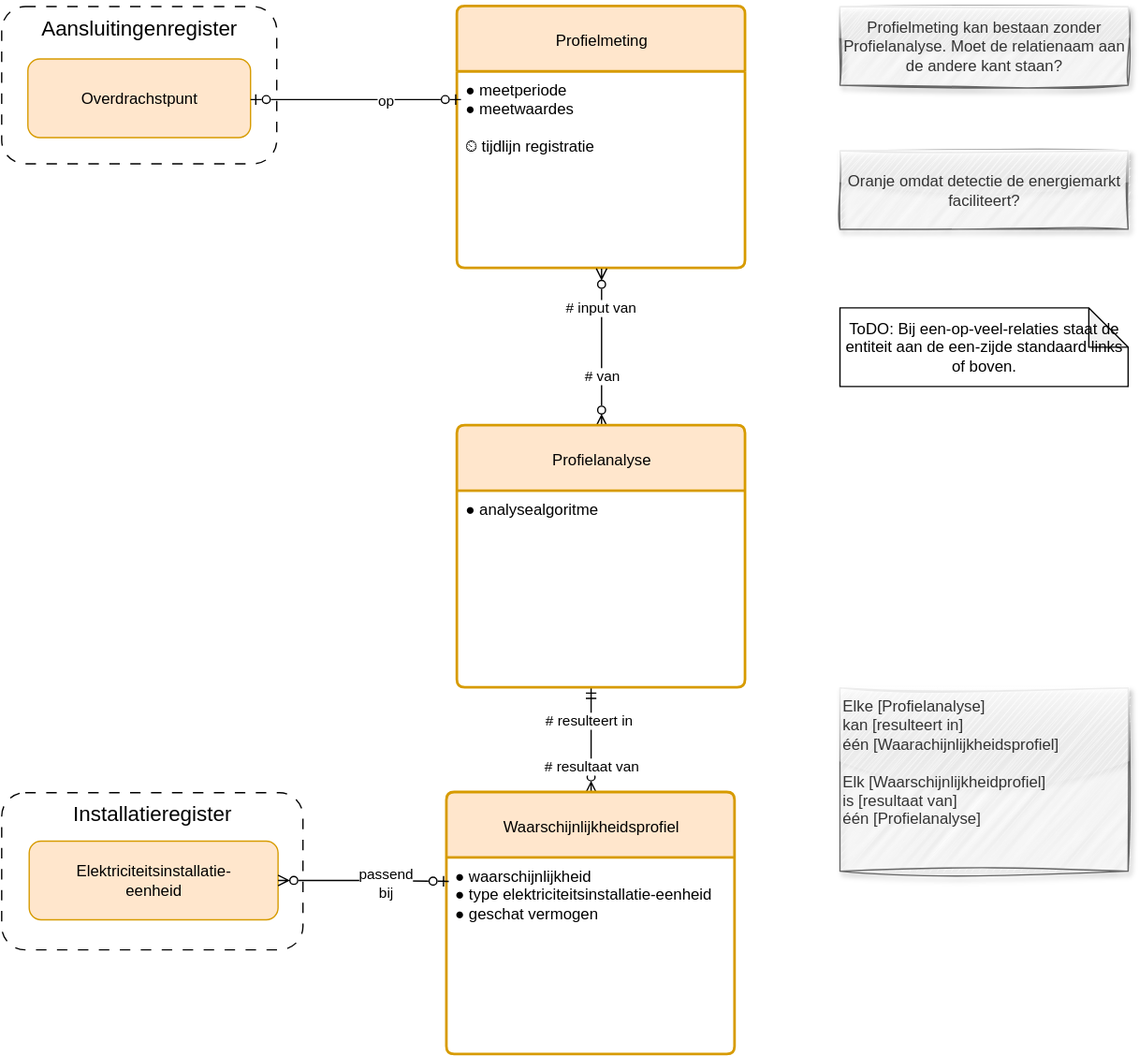
Earlier version of the draw.io export registers/apparaatdetectieregister/1.0/apparaatdetectieregister.drawio.svg (Netbeheer-Nederland/stelsel). Source tidied: cells renumbered, new cells last; positions are measured from the earlier drawing's top-left corner, leaving out a move shared by most shapes.
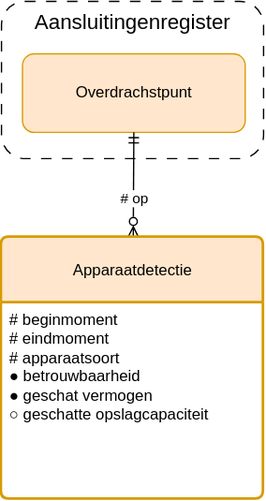
Later version of the same file.

Commit message:
Update apparaatdetectieregister Derden toegepast

What changed in the source:
```diff
@@ -2,83 +2,25 @@
   <root>
     <mxCell id="0" />
     <mxCell id="1" parent="0" />
-    <mxCell id="2" value="&lt;span lang=&quot;EN-US&quot; style=&quot;font-size: 12pt; font-family: Aptos, sans-serif;&quot;&gt;Installatieregister&lt;/span&gt;" style="rounded=1;whiteSpace=wrap;html=1;fillColor=none;strokeColor=#000000;dashed=1;dashPattern=8 8;verticalAlign=top;" parent="1" vertex="1">
-      <mxGeometry y="600" width="230" height="120" as="geometry" />
-    </mxCell>
     <mxCell id="3" value="&lt;span lang=&quot;EN-US&quot; style=&quot;font-size: 12pt; font-family: Aptos, sans-serif;&quot;&gt;Aansluitingenregister&lt;/span&gt;" style="rounded=1;whiteSpace=wrap;html=1;fillColor=none;strokeColor=#000000;dashed=1;dashPattern=8 8;labelPosition=center;verticalLabelPosition=middle;align=center;verticalAlign=top;" parent="1" vertex="1">
-      <mxGeometry width="210" height="120" as="geometry" />
+      <mxGeometry width="200" height="120" as="geometry" />
     </mxCell>
-    <mxCell id="4" value="&lt;span style=&quot;font-size: 12px;&quot;&gt;Profielmeting&lt;/span&gt;" style="swimlane;horizontal=1;startSize=50;rounded=1;fontSize=14;fontStyle=0;strokeWidth=2;shadow=0;dashed=0;align=center;arcSize=4;whiteSpace=wrap;html=1;fillColor=#ffe6cc;strokeColor=#d79b00;" parent="1" vertex="1">
-      <mxGeometry x="348" width="220" height="200" as="geometry" />
-    </mxCell>
-    <mxCell id="5" value="&lt;div&gt;● meetperiode&lt;/div&gt;&lt;div&gt;● meetwaardes&lt;/div&gt;&lt;div&gt;&lt;br&gt;&lt;/div&gt;&lt;div&gt;⏲ tijdlijn registratie&lt;/div&gt;" style="align=left;strokeColor=none;fillColor=none;spacingLeft=4;fontSize=12;verticalAlign=top;html=1;" parent="4" vertex="1">
-      <mxGeometry y="50" width="220" height="150" as="geometry" />
-    </mxCell>
     <mxCell id="6" value="Overdrachstpunt" style="rounded=1;whiteSpace=wrap;html=1;fillColor=#ffe6cc;strokeColor=#d79b00;" parent="1" vertex="1">
-      <mxGeometry x="20" y="40" width="170" height="60" as="geometry" />
+      <mxGeometry x="16" y="40" width="170" height="60" as="geometry" />
     </mxCell>
-    <mxCell id="7" style="edgeStyle=orthogonalEdgeStyle;rounded=0;jettySize=auto;html=1;entryX=0.5;entryY=1;entryDx=0;entryDy=0;startArrow=ERzeroToMany;startFill=0;endArrow=ERmandOne;endFill=0;" parent="1" edge="1" source="10">
-      <mxGeometry relative="1" as="geometry">
-        <mxPoint x="450" y="520" as="targetPoint" />
-      </mxGeometry>
+    <mxCell id="7" style="rounded=0;jettySize=auto;html=1;entryX=0.5;entryY=1;entryDx=0;entryDy=0;startArrow=ERzeroToMany;startFill=0;endArrow=ERmandOne;endFill=0;" parent="1" edge="1" source="10" target="6">
+      <mxGeometry relative="1" as="geometry" />
     </mxCell>
-    <mxCell id="8" value="# resulteert in" style="edgeLabel;html=1;align=center;verticalAlign=middle;" parent="7" vertex="1">
-      <mxGeometry x="-0.53" y="2" relative="1" as="geometry">
-        <mxPoint y="-37" as="offset" />
-      </mxGeometry>
-    </mxCell>
-    <mxCell id="9" value="# resultaat van" style="edgeLabel;html=1;align=center;verticalAlign=middle;" parent="7" vertex="1">
-      <mxGeometry x="-0.5" relative="1" as="geometry" />
+    <mxCell id="9" value="# op" style="edgeLabel;html=1;align=center;verticalAlign=middle;" parent="7" vertex="1">
+      <mxGeometry x="-0.5" relative="1" as="geometry">
+        <mxPoint y="-10" as="offset" />
+      </mxGeometry>
     </mxCell>
-    <mxCell id="10" value="&lt;span style=&quot;font-size: 12px;&quot;&gt;Waarschijnlijkheids&lt;/span&gt;&lt;span style=&quot;font-size: 12px; background-color: transparent; color: light-dark(rgb(0, 0, 0), rgb(255, 255, 255));&quot;&gt;profiel&lt;/span&gt;" style="swimlane;horizontal=1;startSize=50;rounded=1;fontSize=14;fontStyle=0;strokeWidth=2;shadow=0;dashed=0;align=center;arcSize=4;whiteSpace=wrap;html=1;fillColor=#ffe6cc;strokeColor=#d79b00;" parent="1" vertex="1">
-      <mxGeometry x="340" y="600" width="220" height="200" as="geometry" />
+    <mxCell id="10" value="&lt;span style=&quot;font-size: 12px;&quot;&gt;Apparaatdetectie&lt;/span&gt;" style="swimlane;horizontal=1;startSize=50;rounded=1;fontSize=14;fontStyle=0;strokeWidth=2;shadow=0;dashed=0;align=center;arcSize=4;whiteSpace=wrap;html=1;fillColor=#ffe6cc;strokeColor=#d79b00;" parent="1" vertex="1">
+      <mxGeometry y="180" width="200" height="200" as="geometry" />
     </mxCell>
-    <mxCell id="11" value="&lt;div&gt;&lt;span style=&quot;background-color: transparent; color: light-dark(rgb(0, 0, 0), rgb(255, 255, 255));&quot;&gt;●&amp;nbsp;&lt;/span&gt;&lt;span style=&quot;background-color: transparent; color: light-dark(rgb(0, 0, 0), rgb(255, 255, 255));&quot;&gt;waarschijnlijkheid&lt;/span&gt;&lt;/div&gt;&lt;div&gt;&lt;span style=&quot;background-color: transparent; color: light-dark(rgb(0, 0, 0), rgb(255, 255, 255));&quot;&gt;● type&amp;nbsp;&lt;/span&gt;&lt;span style=&quot;background-color: transparent; color: light-dark(rgb(0, 0, 0), rgb(255, 255, 255));&quot;&gt;elektriciteitsinstallatie-eenheid&lt;/span&gt;&lt;/div&gt;&lt;div&gt;● geschat vermogen&lt;/div&gt;&lt;div&gt;&lt;br&gt;&lt;/div&gt;" style="align=left;strokeColor=none;fillColor=none;spacingLeft=4;fontSize=12;verticalAlign=top;html=1;" parent="10" vertex="1">
-      <mxGeometry y="50" width="220" height="150" as="geometry" />
+    <mxCell id="11" value="&lt;div&gt;&lt;span style=&quot;background-color: transparent; color: light-dark(rgb(0, 0, 0), rgb(255, 255, 255));&quot;&gt;# beginmoment&lt;/span&gt;&lt;/div&gt;&lt;div&gt;&lt;span style=&quot;background-color: transparent; color: light-dark(rgb(0, 0, 0), rgb(255, 255, 255));&quot;&gt;# eindmoment&lt;/span&gt;&lt;/div&gt;&lt;div&gt;&lt;span style=&quot;background-color: transparent; color: light-dark(rgb(0, 0, 0), rgb(255, 255, 255));&quot;&gt;# apparaatsoort&lt;/span&gt;&lt;/div&gt;&lt;div&gt;&lt;span style=&quot;background-color: transparent; color: light-dark(rgb(0, 0, 0), rgb(255, 255, 255));&quot;&gt;●&amp;nbsp;&lt;/span&gt;&lt;span style=&quot;background-color: transparent; color: light-dark(rgb(0, 0, 0), rgb(255, 255, 255));&quot;&gt;betrouwbaarheid&lt;/span&gt;&lt;/div&gt;&lt;div&gt;&lt;span style=&quot;background-color: transparent; color: light-dark(rgb(0, 0, 0), rgb(255, 255, 255));&quot;&gt;● geschat vermogen&lt;/span&gt;&lt;/div&gt;&lt;div&gt;&lt;span style=&quot;color: light-dark(rgb(0, 0, 0), rgb(255, 255, 255)); background-color: transparent;&quot;&gt;○&lt;/span&gt;&lt;span style=&quot;color: light-dark(rgb(0, 0, 0), rgb(255, 255, 255)); background-color: transparent;&quot;&gt;&amp;nbsp;geschatte opslagcapaciteit&lt;/span&gt;&lt;span style=&quot;background-color: transparent; color: light-dark(rgb(0, 0, 0), rgb(255, 255, 255));&quot;&gt;&lt;/span&gt;&lt;/div&gt;" style="align=left;strokeColor=none;fillColor=none;spacingLeft=4;fontSize=12;verticalAlign=top;html=1;" parent="10" vertex="1">
+      <mxGeometry y="50" width="200" height="150" as="geometry" />
     </mxCell>
-    <mxCell id="12" value="Elektriciteitsinstallatie-&lt;div&gt;eenheid&lt;/div&gt;" style="rounded=1;whiteSpace=wrap;html=1;fillColor=#ffe6cc;strokeColor=#d79b00;" parent="1" vertex="1">
-      <mxGeometry x="21" y="637" width="190" height="60" as="geometry" />
-    </mxCell>
-    <mxCell id="13" style="edgeStyle=orthogonalEdgeStyle;rounded=0;jettySize=auto;html=1;entryX=0.5;entryY=1;entryDx=0;entryDy=0;startArrow=ERzeroToMany;startFill=0;endArrow=ERzeroToMany;endFill=0;" parent="1" edge="1" source="16" target="4">
-      <mxGeometry relative="1" as="geometry" />
-    </mxCell>
-    <mxCell id="14" value="# van" style="edgeLabel;html=1;align=center;verticalAlign=middle;" parent="13" vertex="1">
-      <mxGeometry x="-0.35" relative="1" as="geometry" />
-    </mxCell>
-    <mxCell id="15" value="# input van" style="edgeLabel;html=1;align=center;verticalAlign=middle;" parent="13" vertex="1">
-      <mxGeometry x="0.5" y="1" relative="1" as="geometry">
-        <mxPoint y="-1" as="offset" />
-      </mxGeometry>
-    </mxCell>
-    <mxCell id="16" value="&lt;span style=&quot;font-size: 12px;&quot;&gt;Profielanalyse&lt;/span&gt;" style="swimlane;horizontal=1;startSize=50;rounded=1;fontSize=14;fontStyle=0;strokeWidth=2;shadow=0;dashed=0;align=center;arcSize=4;whiteSpace=wrap;html=1;fillColor=#ffe6cc;strokeColor=#d79b00;" parent="1" vertex="1">
-      <mxGeometry x="348" y="320" width="220" height="200" as="geometry" />
-    </mxCell>
-    <mxCell id="17" value="&lt;div&gt;● analysealgoritme&lt;/div&gt;" style="align=left;strokeColor=none;fillColor=none;spacingLeft=4;fontSize=12;verticalAlign=top;html=1;" parent="16" vertex="1">
-      <mxGeometry y="50" width="220" height="150" as="geometry" />
-    </mxCell>
-    <mxCell id="18" style="edgeStyle=orthogonalEdgeStyle;rounded=0;jettySize=auto;html=1;entryX=0.006;entryY=0.118;entryDx=0;entryDy=0;entryPerimeter=0;startArrow=ERzeroToMany;startFill=0;endArrow=ERzeroToOne;endFill=0;" parent="1" edge="1" source="12" target="11">
-      <mxGeometry relative="1" as="geometry" />
-    </mxCell>
-    <mxCell id="19" value="passend&lt;div&gt;bij&lt;/div&gt;" style="edgeLabel;html=1;align=center;verticalAlign=middle;" parent="18" vertex="1">
-      <mxGeometry x="0.25" y="-1" relative="1" as="geometry" />
-    </mxCell>
-    <mxCell id="20" style="edgeStyle=elbowEdgeStyle;rounded=0;jettySize=auto;html=1;entryX=0.012;entryY=0.136;entryDx=0;entryDy=0;entryPerimeter=0;elbow=vertical;endArrow=ERzeroToOne;endFill=0;startArrow=ERzeroToOne;startFill=0;" parent="1" edge="1" source="6" target="5">
-      <mxGeometry relative="1" as="geometry" />
-    </mxCell>
-    <mxCell id="21" value="op" style="edgeLabel;html=1;align=center;verticalAlign=middle;" parent="20" vertex="1">
-      <mxGeometry x="0.27" y="-1" relative="1" as="geometry" />
-    </mxCell>
-    <mxCell id="22" value="Profielmeting kan bestaan zonder Profielanalyse. Moet de relatienaam aan de andere kant staan?" style="rounded=0;whiteSpace=wrap;html=1;comic=0;sketch=1;curveFitting=1;jiggle=2;glass=1;shadow=1;fillColor=#f5f5f5;fontColor=#333333;strokeColor=#666666;" parent="1" vertex="1">
-      <mxGeometry x="640" width="220" height="60" as="geometry" />
-    </mxCell>
-    <mxCell id="23" value="Oranje omdat detectie de energiemarkt faciliteert?" style="rounded=0;whiteSpace=wrap;html=1;comic=0;glass=1;shadow=1;fillColor=#f5f5f5;strokeColor=#666666;sketch=1;curveFitting=1;jiggle=2;fontColor=#333333;" parent="1" vertex="1">
-      <mxGeometry x="640" y="110" width="220" height="60" as="geometry" />
-    </mxCell>
-    <mxCell id="24" value="ToDO: Bij een-op-veel-relaties staat de entiteit aan de een-zijde standaard links of boven." style="shape=note;whiteSpace=wrap;html=1;backgroundOutline=1;darkOpacity=0.05;" parent="1" vertex="1">
-      <mxGeometry x="640" y="230" width="220" height="60" as="geometry" />
-    </mxCell>
-    <mxCell id="25" value="Elke [Profielanalyse]&lt;div&gt;kan [resulteert in]&lt;/div&gt;&lt;div style=&quot;&quot;&gt;één [Waarachijnlijkheidsprofiel]&lt;/div&gt;&lt;div style=&quot;&quot;&gt;&lt;br&gt;&lt;/div&gt;&lt;div style=&quot;&quot;&gt;Elk [Waarschijnlijkheidprofiel]&lt;/div&gt;&lt;div style=&quot;&quot;&gt;is [resultaat van]&lt;/div&gt;&lt;div style=&quot;&quot;&gt;één [Profielanalyse]&lt;/div&gt;" style="rounded=0;whiteSpace=wrap;html=1;comic=0;sketch=1;curveFitting=1;jiggle=2;glass=1;shadow=1;fillColor=#f5f5f5;fontColor=#333333;strokeColor=#666666;align=left;verticalAlign=top;" parent="1" vertex="1">
-      <mxGeometry x="640" y="520" width="220" height="140" as="geometry" />
-    </mxCell>
   </root>
 </mxGraphModel>
```
